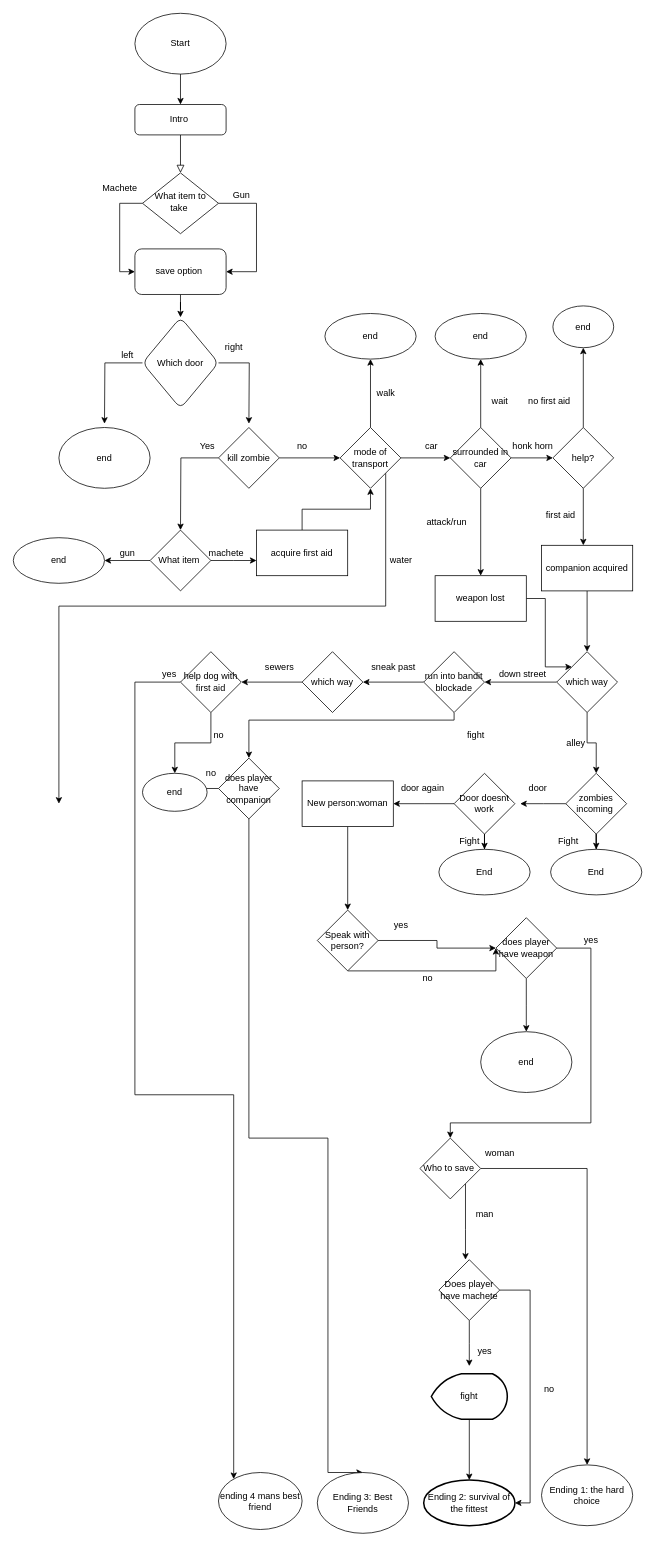
Before: Untitled Diagram.drawio in Sam-Tomlinson/Zomboid, a draw.io diagram. Source tidied: cells renumbered, new cells numbered last; positions are measured from the earlier drawing's top-left corner, leaving out a move shared by most shapes. Both pictures are drawn from the tidied source at 76%, with x=0, y=0 at pixel (13, 13).
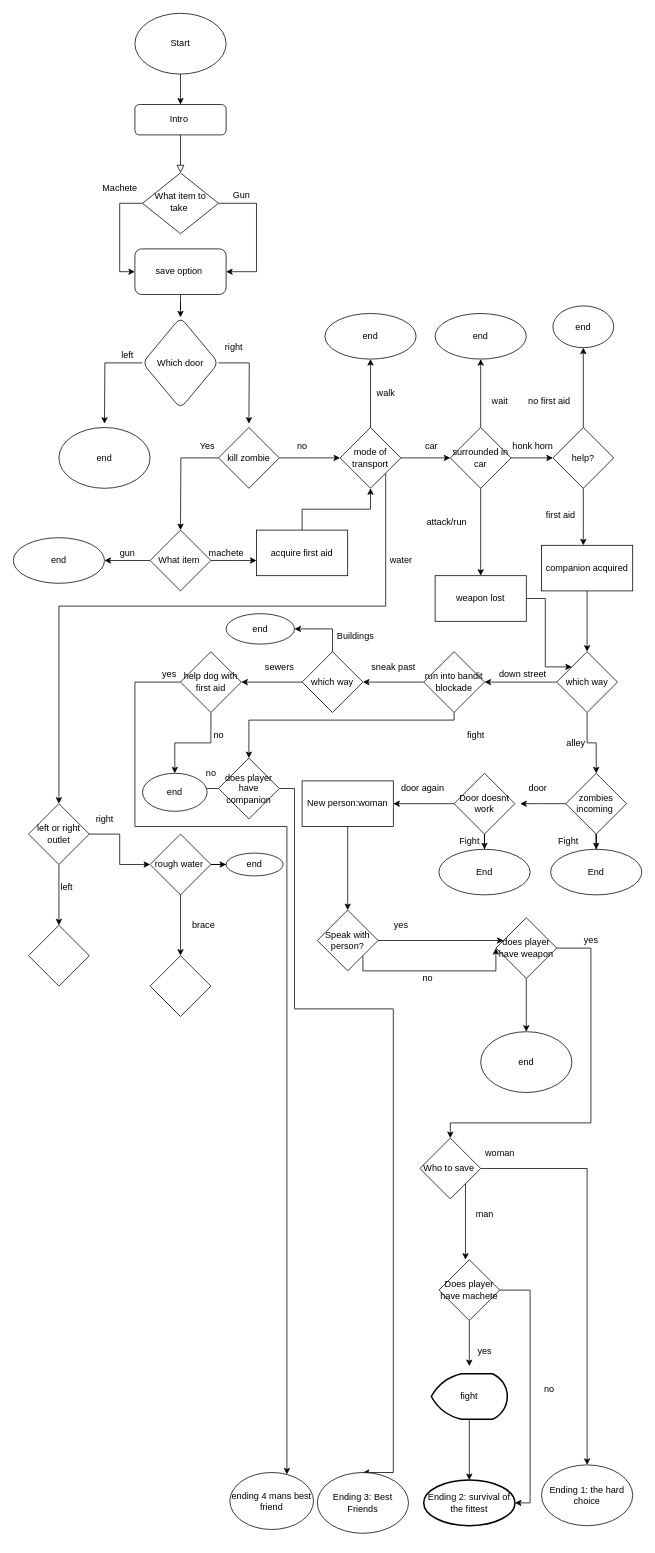
After the change.

Unchanged cells that the change refers to:
```xml
<mxCell id="79" value="Speak with person?" style="rhombus;whiteSpace=wrap;html=1;rounded=0;" parent="1" vertex="1">
  <mxGeometry x="400" y="1180" width="80" height="80" as="geometry" />
</mxCell>
<mxCell id="97" value="which way" style="rhombus;whiteSpace=wrap;html=1;" parent="1" vertex="1">
  <mxGeometry x="380" y="840" width="80" height="80" as="geometry" />
</mxCell>
<mxCell id="101" value="help dog with first aid" style="rhombus;whiteSpace=wrap;html=1;" parent="1" vertex="1">
  <mxGeometry x="220" y="840" width="80" height="80" as="geometry" />
</mxCell>
<mxCell id="105" value="does player have companion" style="rhombus;whiteSpace=wrap;html=1;" parent="1" vertex="1">
  <mxGeometry x="270" y="980" width="80" height="80" as="geometry" />
</mxCell>
<mxCell id="112" value="does player have weapon" style="rhombus;whiteSpace=wrap;html=1;" parent="1" vertex="1">
  <mxGeometry x="635" y="1190" width="80" height="80" as="geometry" />
</mxCell>
<mxCell id="117" value="Ending 3: Best Friends" style="ellipse;whiteSpace=wrap;html=1;" parent="1" vertex="1">
  <mxGeometry x="400" y="1920" width="120" height="80" as="geometry" />
</mxCell>
```

Diff of the diagram source:
```diff
@@
     <mxCell id="77" style="edgeStyle=orthogonalEdgeStyle;rounded=0;jettySize=auto;html=1;" parent="1" edge="1" source="79" target="112">
-      <mxGeometry relative="1" as="geometry" />
+      <mxGeometry relative="1" as="geometry">
+        <Array as="points">
+          <mxPoint x="600" y="1220" />
+          <mxPoint x="600" y="1220" />
+        </Array>
+      </mxGeometry>
     </mxCell>
-    <mxCell id="78" style="edgeStyle=orthogonalEdgeStyle;rounded=0;jettySize=auto;html=1;entryX=0;entryY=0.5;entryDx=0;entryDy=0;" parent="1" edge="1" source="79" target="112">
+    <mxCell id="78" style="edgeStyle=orthogonalEdgeStyle;rounded=0;jettySize=auto;html=1;entryX=0;entryY=0.5;entryDx=0;entryDy=0;exitX=1;exitY=1;exitDx=0;exitDy=0;" parent="1" edge="1" source="79" target="112">
       <mxGeometry relative="1" as="geometry">
         <Array as="points">
+          <mxPoint x="460" y="1260" />
           <mxPoint x="635" y="1260" />
         </Array>
       </mxGeometry>
     </mxCell>
@@
+    <mxCell id="122" style="edgeStyle=orthogonalEdgeStyle;rounded=0;jettySize=auto;html=1;" parent="1" edge="1" source="97" target="132">
+      <mxGeometry relative="1" as="geometry">
+        <Array as="points">
+          <mxPoint x="420" y="810" />
+        </Array>
+      </mxGeometry>
+    </mxCell>
@@
     <mxCell id="100" style="edgeStyle=orthogonalEdgeStyle;rounded=0;jettySize=auto;html=1;" parent="1" edge="1" source="101" target="119">
       <mxGeometry relative="1" as="geometry">
         <Array as="points">
           <mxPoint x="160" y="880" />
-          <mxPoint x="160" y="1423" />
-          <mxPoint x="290" y="1423" />
+          <mxPoint x="160" y="1070" />
+          <mxPoint x="360" y="1070" />
         </Array>
       </mxGeometry>
     </mxCell>
@@
     <mxCell id="104" style="edgeStyle=orthogonalEdgeStyle;rounded=0;jettySize=auto;html=1;entryX=0.5;entryY=0;entryDx=0;entryDy=0;" parent="1" edge="1" source="105" target="117">
       <mxGeometry relative="1" as="geometry">
         <Array as="points">
-          <mxPoint x="310" y="1480" />
-          <mxPoint x="414" y="1480" />
+          <mxPoint x="370" y="1020" />
+          <mxPoint x="370" y="1310" />
+          <mxPoint x="500" y="1310" />
+          <mxPoint x="500" y="1920" />
         </Array>
       </mxGeometry>
     </mxCell>
@@
     <mxCell id="119" value="ending 4 mans best friend" style="ellipse;whiteSpace=wrap;html=1;" parent="1" vertex="1">
-      <mxGeometry x="270" y="1920" width="110" height="75" as="geometry" />
+      <mxGeometry x="285" y="1920" width="110" height="75" as="geometry" />
     </mxCell>
@@
+    <mxCell id="123" style="edgeStyle=orthogonalEdgeStyle;rounded=0;jettySize=auto;html=1;" parent="1" edge="1" source="125" target="126">
+      <mxGeometry relative="1" as="geometry" />
+    </mxCell>
+    <mxCell id="124" style="edgeStyle=orthogonalEdgeStyle;rounded=0;jettySize=auto;html=1;" parent="1" edge="1" source="125" target="129">
+      <mxGeometry relative="1" as="geometry" />
+    </mxCell>
+    <mxCell id="125" value="left or right outlet" style="rhombus;whiteSpace=wrap;html=1;" parent="1" vertex="1">
+      <mxGeometry x="20" y="1040" width="80" height="80" as="geometry" />
+    </mxCell>
+    <mxCell id="126" style="rhombus;whiteSpace=wrap;html=1;" parent="1" vertex="1">
+      <mxGeometry x="20" y="1200" width="80" height="80" as="geometry" />
+    </mxCell>
+    <mxCell id="127" style="edgeStyle=orthogonalEdgeStyle;rounded=0;jettySize=auto;html=1;" parent="1" edge="1" source="129" target="134">
+      <mxGeometry relative="1" as="geometry" />
+    </mxCell>
+    <mxCell id="128" style="edgeStyle=orthogonalEdgeStyle;rounded=0;jettySize=auto;html=1;" parent="1" edge="1" source="129" target="136">
+      <mxGeometry relative="1" as="geometry" />
+    </mxCell>
+    <mxCell id="129" value="rough water&amp;nbsp;" style="rhombus;whiteSpace=wrap;html=1;" parent="1" vertex="1">
+      <mxGeometry x="180" y="1080" width="80" height="80" as="geometry" />
+    </mxCell>
+    <mxCell id="130" value="right" style="text;html=1;align=center;verticalAlign=middle;strokeColor=none;fillColor=none;" parent="1" vertex="1">
+      <mxGeometry x="100" y="1050" width="40" height="20" as="geometry" />
+    </mxCell>
+    <mxCell id="131" value="left" style="text;html=1;align=center;verticalAlign=middle;strokeColor=none;fillColor=none;" parent="1" vertex="1">
+      <mxGeometry x="55" y="1140" width="30" height="20" as="geometry" />
+    </mxCell>
+    <mxCell id="132" value="end" style="ellipse;whiteSpace=wrap;html=1;" parent="1" vertex="1">
+      <mxGeometry x="280" y="790" width="90" height="40" as="geometry" />
+    </mxCell>
+    <mxCell id="133" value="Buildings" style="text;html=1;align=center;verticalAlign=middle;strokeColor=none;fillColor=none;" parent="1" vertex="1">
+      <mxGeometry x="420" y="810" width="60" height="20" as="geometry" />
+    </mxCell>
+    <mxCell id="134" style="rhombus;whiteSpace=wrap;html=1;" parent="1" vertex="1">
+      <mxGeometry x="180" y="1240" width="80" height="80" as="geometry" />
+    </mxCell>
+    <mxCell id="135" value="brace" style="text;html=1;align=center;verticalAlign=middle;strokeColor=none;fillColor=none;" parent="1" vertex="1">
+      <mxGeometry x="225" y="1190" width="50" height="20" as="geometry" />
+    </mxCell>
+    <mxCell id="136" value="end" style="ellipse;whiteSpace=wrap;html=1;" parent="1" vertex="1">
+      <mxGeometry x="280" y="1105" width="75" height="30" as="geometry" />
+    </mxCell>
```
